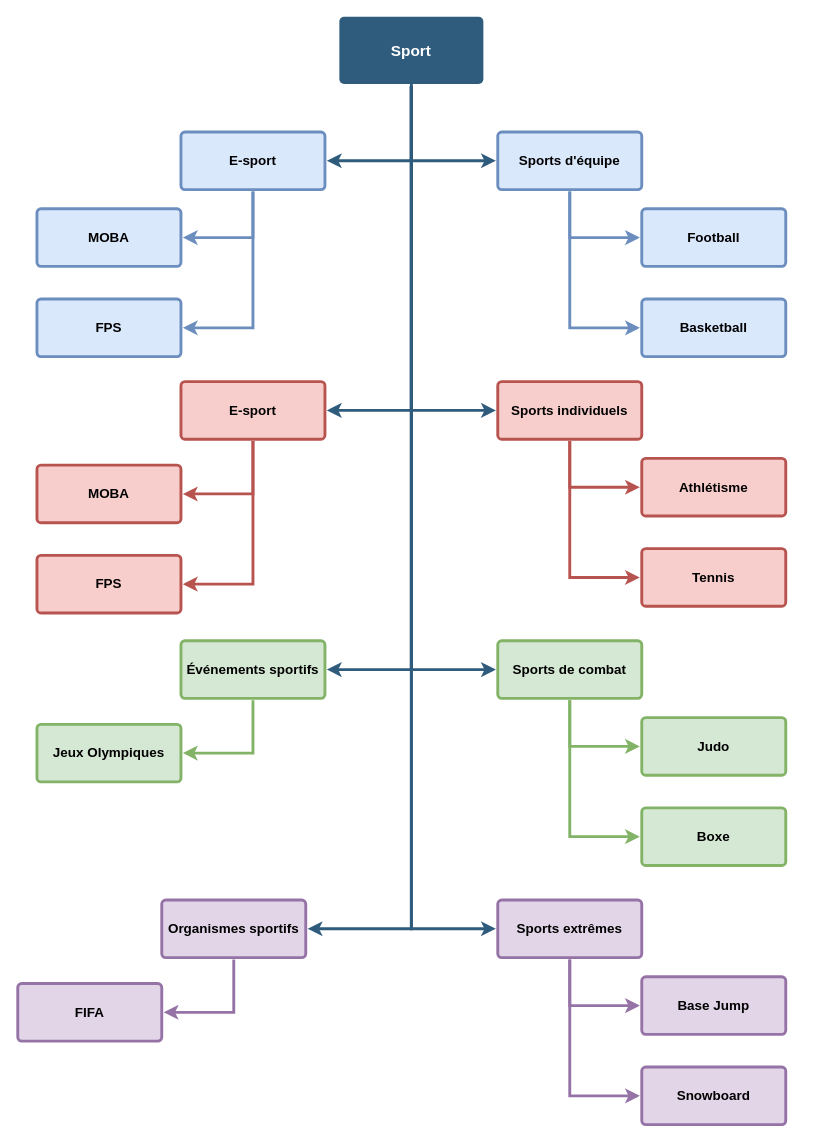
Above: Taxonomie.drawio in titiuv24/diagrammes (draw.io), before the change. Source tidied: cells renumbered, new cells numbered last; positions are measured from the earlier drawing's top-left corner, leaving out a move shared by most shapes. Both pictures are drawn from the tidied source at 96%, with x=0, y=0 at pixel (17, 16).
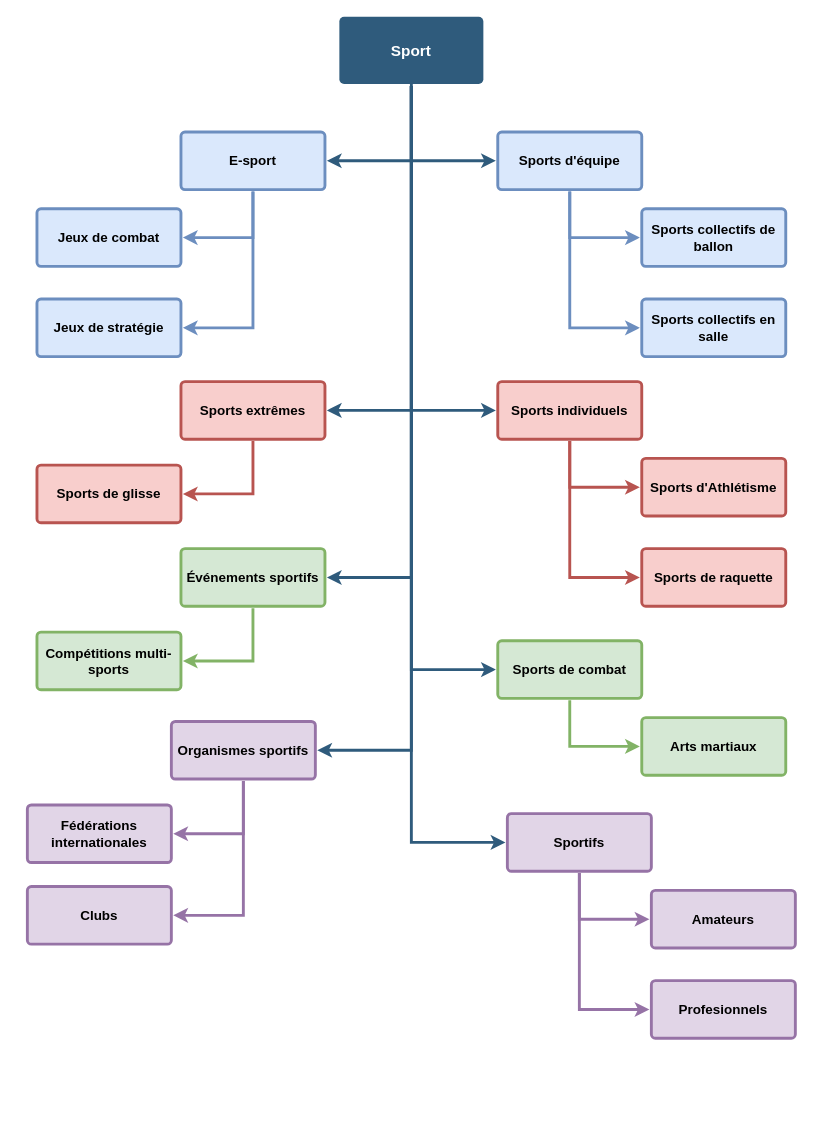
Above is the later version.

Commit message (it also covers changes not shown here):
Mettre à jour Taxonomie.drawio

Unchanged cells that the change refers to:
```xml
<mxCell id="16" value="&lt;div&gt;Sports de combat&lt;br&gt;&lt;/div&gt;" style="rounded=1;whiteSpace=wrap;html=1;shadow=0;labelBackgroundColor=none;strokeColor=#82b366;strokeWidth=3;fillColor=#d5e8d4;fontFamily=Helvetica;fontSize=14;align=center;spacing=5;fontStyle=1;arcSize=7;perimeterSpacing=2;" parent="1" vertex="1">
  <mxGeometry x="500" y="650" width="150" height="60" as="geometry" />
</mxCell>
```

The edit, as a diff of the source:
```diff
@@
-    <mxCell id="6" value="&lt;div&gt;Football&lt;/div&gt;" style="rounded=1;whiteSpace=wrap;html=1;shadow=0;labelBackgroundColor=none;strokeColor=#6c8ebf;strokeWidth=3;fillColor=#dae8fc;fontFamily=Helvetica;fontSize=14;align=center;spacing=5;fontStyle=1;arcSize=7;perimeterSpacing=2;" parent="1" vertex="1">
+    <mxCell id="6" value="Sports collectifs de ballon" style="rounded=1;whiteSpace=wrap;html=1;shadow=0;labelBackgroundColor=none;strokeColor=#6c8ebf;strokeWidth=3;fillColor=#dae8fc;fontFamily=Helvetica;fontSize=14;align=center;spacing=5;fontStyle=1;arcSize=7;perimeterSpacing=2;" parent="1" vertex="1">
       <mxGeometry x="650" y="200" width="150" height="60" as="geometry" />
     </mxCell>
-    <mxCell id="7" value="&lt;div&gt;Basketball&lt;/div&gt;" style="rounded=1;whiteSpace=wrap;html=1;shadow=0;labelBackgroundColor=none;strokeColor=#6c8ebf;strokeWidth=3;fillColor=#dae8fc;fontFamily=Helvetica;fontSize=14;align=center;spacing=5;fontStyle=1;arcSize=7;perimeterSpacing=2;" parent="1" vertex="1">
+    <mxCell id="7" value="Sports collectifs en salle" style="rounded=1;whiteSpace=wrap;html=1;shadow=0;labelBackgroundColor=none;strokeColor=#6c8ebf;strokeWidth=3;fillColor=#dae8fc;fontFamily=Helvetica;fontSize=14;align=center;spacing=5;fontStyle=1;arcSize=7;perimeterSpacing=2;" parent="1" vertex="1">
       <mxGeometry x="650" y="294" width="150" height="60" as="geometry" />
     </mxCell>
@@
-    <mxCell id="11" value="Athlétisme" style="rounded=1;whiteSpace=wrap;html=1;shadow=0;labelBackgroundColor=none;strokeColor=#b85450;strokeWidth=3;fillColor=#f8cecc;fontFamily=Helvetica;fontSize=14;align=center;spacing=5;fontStyle=1;arcSize=7;perimeterSpacing=2;" parent="1" vertex="1">
+    <mxCell id="11" value="Sports d'Athlétisme" style="rounded=1;whiteSpace=wrap;html=1;shadow=0;labelBackgroundColor=none;strokeColor=#b85450;strokeWidth=3;fillColor=#f8cecc;fontFamily=Helvetica;fontSize=14;align=center;spacing=5;fontStyle=1;arcSize=7;perimeterSpacing=2;" parent="1" vertex="1">
       <mxGeometry x="650" y="460" width="150" height="60" as="geometry" />
     </mxCell>
-    <mxCell id="12" value="Tennis" style="rounded=1;whiteSpace=wrap;html=1;shadow=0;labelBackgroundColor=none;strokeColor=#b85450;strokeWidth=3;fillColor=#f8cecc;fontFamily=Helvetica;fontSize=14;align=center;spacing=5;fontStyle=1;arcSize=7;perimeterSpacing=2;" parent="1" vertex="1">
+    <mxCell id="12" value="Sports de raquette" style="rounded=1;whiteSpace=wrap;html=1;shadow=0;labelBackgroundColor=none;strokeColor=#b85450;strokeWidth=3;fillColor=#f8cecc;fontFamily=Helvetica;fontSize=14;align=center;spacing=5;fontStyle=1;arcSize=7;perimeterSpacing=2;" parent="1" vertex="1">
       <mxGeometry x="650" y="554" width="150" height="60" as="geometry" />
     </mxCell>
@@
-    <mxCell id="17" value="Judo" style="rounded=1;whiteSpace=wrap;html=1;shadow=0;labelBackgroundColor=none;strokeColor=#82b366;strokeWidth=3;fillColor=#d5e8d4;fontFamily=Helvetica;fontSize=14;align=center;spacing=5;fontStyle=1;arcSize=7;perimeterSpacing=2;" parent="1" vertex="1">
+    <mxCell id="17" value="Arts martiaux" style="rounded=1;whiteSpace=wrap;html=1;shadow=0;labelBackgroundColor=none;strokeColor=#82b366;strokeWidth=3;fillColor=#d5e8d4;fontFamily=Helvetica;fontSize=14;align=center;spacing=5;fontStyle=1;arcSize=7;perimeterSpacing=2;" parent="1" vertex="1">
       <mxGeometry x="650" y="730" width="150" height="60" as="geometry" />
     </mxCell>
-    <mxCell id="18" value="Boxe" style="rounded=1;whiteSpace=wrap;html=1;shadow=0;labelBackgroundColor=none;strokeColor=#82b366;strokeWidth=3;fillColor=#d5e8d4;fontFamily=Helvetica;fontSize=14;align=center;spacing=5;fontStyle=1;arcSize=7;perimeterSpacing=2;" parent="1" vertex="1">
-      <mxGeometry x="650" y="824" width="150" height="60" as="geometry" />
-    </mxCell>
-    <mxCell id="19" style="edgeStyle=elbowEdgeStyle;shape=connector;rounded=0;jumpStyle=none;jettySize=auto;html=1;exitX=0.5;exitY=1;exitDx=0;exitDy=0;entryX=0;entryY=0.5;entryDx=0;entryDy=0;shadow=0;strokeColor=#82b366;strokeWidth=3;align=center;verticalAlign=middle;spacing=5;fontFamily=Helvetica;fontSize=16;fontColor=#23445D;labelBackgroundColor=none;startArrow=none;startFill=0;endArrow=classic;endFill=1;fillColor=#d5e8d4;" parent="1" edge="1" source="16" target="18">
-      <mxGeometry relative="1" as="geometry">
-        <Array as="points">
-          <mxPoint x="575" y="770" />
-        </Array>
-      </mxGeometry>
-    </mxCell>
@@
     <mxCell id="21" style="edgeStyle=elbowEdgeStyle;shape=connector;rounded=0;jumpStyle=none;jettySize=auto;html=1;exitX=0.5;exitY=1;exitDx=0;exitDy=0;entryX=0;entryY=0.5;entryDx=0;entryDy=0;shadow=0;strokeColor=#9673a6;strokeWidth=3;align=center;verticalAlign=middle;spacing=5;fontFamily=Helvetica;fontSize=16;fontColor=#23445D;labelBackgroundColor=none;startArrow=none;startFill=0;endArrow=classic;endFill=1;fillColor=#e1d5e7;" parent="1" edge="1" source="22" target="23">
       <mxGeometry relative="1" as="geometry">
         <Array as="points">
-          <mxPoint x="575" y="1030" />
+          <mxPoint x="585" y="940" />
         </Array>
       </mxGeometry>
     </mxCell>
-    <mxCell id="22" value="&lt;div&gt;Sports extrêmes&lt;br&gt;&lt;/div&gt;" style="rounded=1;whiteSpace=wrap;html=1;shadow=0;labelBackgroundColor=none;strokeColor=#9673a6;strokeWidth=3;fillColor=#e1d5e7;fontFamily=Helvetica;fontSize=14;align=center;spacing=5;fontStyle=1;arcSize=7;perimeterSpacing=2;" parent="1" vertex="1">
-      <mxGeometry x="500" y="920" width="150" height="60" as="geometry" />
+    <mxCell id="22" value="Sportifs" style="rounded=1;whiteSpace=wrap;html=1;shadow=0;labelBackgroundColor=none;strokeColor=#9673a6;strokeWidth=3;fillColor=#e1d5e7;fontFamily=Helvetica;fontSize=14;align=center;spacing=5;fontStyle=1;arcSize=7;perimeterSpacing=2;" parent="1" vertex="1">
+      <mxGeometry x="510" y="830" width="150" height="60" as="geometry" />
     </mxCell>
-    <mxCell id="23" value="Base Jump" style="rounded=1;whiteSpace=wrap;html=1;shadow=0;labelBackgroundColor=none;strokeColor=#9673a6;strokeWidth=3;fillColor=#e1d5e7;fontFamily=Helvetica;fontSize=14;align=center;spacing=5;fontStyle=1;arcSize=7;perimeterSpacing=2;" parent="1" vertex="1">
-      <mxGeometry x="650" y="1000" width="150" height="60" as="geometry" />
+    <mxCell id="23" value="Amateurs" style="rounded=1;whiteSpace=wrap;html=1;shadow=0;labelBackgroundColor=none;strokeColor=#9673a6;strokeWidth=3;fillColor=#e1d5e7;fontFamily=Helvetica;fontSize=14;align=center;spacing=5;fontStyle=1;arcSize=7;perimeterSpacing=2;" parent="1" vertex="1">
+      <mxGeometry x="660" y="910" width="150" height="60" as="geometry" />
     </mxCell>
-    <mxCell id="24" value="Snowboard" style="rounded=1;whiteSpace=wrap;html=1;shadow=0;labelBackgroundColor=none;strokeColor=#9673a6;strokeWidth=3;fillColor=#e1d5e7;fontFamily=Helvetica;fontSize=14;align=center;spacing=5;fontStyle=1;arcSize=7;perimeterSpacing=2;" parent="1" vertex="1">
-      <mxGeometry x="650" y="1094" width="150" height="60" as="geometry" />
+    <mxCell id="24" value="Profesionnels" style="rounded=1;whiteSpace=wrap;html=1;shadow=0;labelBackgroundColor=none;strokeColor=#9673a6;strokeWidth=3;fillColor=#e1d5e7;fontFamily=Helvetica;fontSize=14;align=center;spacing=5;fontStyle=1;arcSize=7;perimeterSpacing=2;" parent="1" vertex="1">
+      <mxGeometry x="660" y="1004" width="150" height="60" as="geometry" />
     </mxCell>
     <mxCell id="25" style="edgeStyle=elbowEdgeStyle;shape=connector;rounded=0;jumpStyle=none;jettySize=auto;html=1;exitX=0.5;exitY=1;exitDx=0;exitDy=0;entryX=0;entryY=0.5;entryDx=0;entryDy=0;shadow=0;strokeColor=#9673a6;strokeWidth=3;align=center;verticalAlign=middle;spacing=5;fontFamily=Helvetica;fontSize=16;fontColor=#23445D;labelBackgroundColor=none;startArrow=none;startFill=0;endArrow=classic;endFill=1;fillColor=#e1d5e7;" parent="1" edge="1" source="22" target="24">
       <mxGeometry relative="1" as="geometry">
         <Array as="points">
-          <mxPoint x="575" y="1040" />
+          <mxPoint x="585" y="950" />
         </Array>
       </mxGeometry>
     </mxCell>
@@
-    <mxCell id="29" value="MOBA" style="rounded=1;whiteSpace=wrap;html=1;shadow=0;labelBackgroundColor=none;strokeColor=#6c8ebf;strokeWidth=3;fillColor=#dae8fc;fontFamily=Helvetica;fontSize=14;align=center;spacing=5;fontStyle=1;arcSize=7;perimeterSpacing=2;" parent="1" vertex="1">
+    <mxCell id="29" value="Jeux de combat" style="rounded=1;whiteSpace=wrap;html=1;shadow=0;labelBackgroundColor=none;strokeColor=#6c8ebf;strokeWidth=3;fillColor=#dae8fc;fontFamily=Helvetica;fontSize=14;align=center;spacing=5;fontStyle=1;arcSize=7;perimeterSpacing=2;" parent="1" vertex="1">
       <mxGeometry x="20" y="200" width="150" height="60" as="geometry" />
     </mxCell>
-    <mxCell id="30" value="FPS" style="rounded=1;whiteSpace=wrap;html=1;shadow=0;labelBackgroundColor=none;strokeColor=#6c8ebf;strokeWidth=3;fillColor=#dae8fc;fontFamily=Helvetica;fontSize=14;align=center;spacing=5;fontStyle=1;arcSize=7;perimeterSpacing=2;" parent="1" vertex="1">
+    <mxCell id="30" value="Jeux de stratégie" style="rounded=1;whiteSpace=wrap;html=1;shadow=0;labelBackgroundColor=none;strokeColor=#6c8ebf;strokeWidth=3;fillColor=#dae8fc;fontFamily=Helvetica;fontSize=14;align=center;spacing=5;fontStyle=1;arcSize=7;perimeterSpacing=2;" parent="1" vertex="1">
       <mxGeometry x="20" y="294" width="150" height="60" as="geometry" />
     </mxCell>
@@
-    <mxCell id="34" value="E-sport" style="rounded=1;whiteSpace=wrap;html=1;shadow=0;labelBackgroundColor=none;strokeColor=#b85450;strokeWidth=3;fillColor=#f8cecc;fontFamily=Helvetica;fontSize=14;align=center;spacing=5;fontStyle=1;arcSize=7;perimeterSpacing=2;" parent="1" vertex="1">
+    <mxCell id="34" value="&lt;div&gt;Sports extrêmes&lt;/div&gt;" style="rounded=1;whiteSpace=wrap;html=1;shadow=0;labelBackgroundColor=none;strokeColor=#b85450;strokeWidth=3;fillColor=#f8cecc;fontFamily=Helvetica;fontSize=14;align=center;spacing=5;fontStyle=1;arcSize=7;perimeterSpacing=2;" parent="1" vertex="1">
       <mxGeometry x="170" y="380" width="150" height="60" as="geometry" />
     </mxCell>
-    <mxCell id="35" value="MOBA" style="rounded=1;whiteSpace=wrap;html=1;shadow=0;labelBackgroundColor=none;strokeColor=#b85450;strokeWidth=3;fillColor=#f8cecc;fontFamily=Helvetica;fontSize=14;align=center;spacing=5;fontStyle=1;arcSize=7;perimeterSpacing=2;" parent="1" vertex="1">
+    <mxCell id="35" value="Sports de glisse" style="rounded=1;whiteSpace=wrap;html=1;shadow=0;labelBackgroundColor=none;strokeColor=#b85450;strokeWidth=3;fillColor=#f8cecc;fontFamily=Helvetica;fontSize=14;align=center;spacing=5;fontStyle=1;arcSize=7;perimeterSpacing=2;" parent="1" vertex="1">
       <mxGeometry x="20" y="467" width="150" height="60" as="geometry" />
     </mxCell>
-    <mxCell id="36" value="FPS" style="rounded=1;whiteSpace=wrap;html=1;shadow=0;labelBackgroundColor=none;strokeColor=#b85450;strokeWidth=3;fillColor=#f8cecc;fontFamily=Helvetica;fontSize=14;align=center;spacing=5;fontStyle=1;arcSize=7;perimeterSpacing=2;" parent="1" vertex="1">
-      <mxGeometry x="20" y="561" width="150" height="60" as="geometry" />
-    </mxCell>
-    <mxCell id="37" style="edgeStyle=elbowEdgeStyle;shape=connector;rounded=0;jumpStyle=none;jettySize=auto;html=1;exitX=0.5;exitY=1;exitDx=0;exitDy=0;entryX=1;entryY=0.5;entryDx=0;entryDy=0;shadow=0;strokeColor=#b85450;strokeWidth=3;align=center;verticalAlign=middle;spacing=5;fontFamily=Helvetica;fontSize=16;fontColor=#23445D;labelBackgroundColor=none;startArrow=none;startFill=0;endArrow=classic;endFill=1;fillColor=#f8cecc;" parent="1" edge="1" source="34" target="36">
-      <mxGeometry relative="1" as="geometry">
-        <Array as="points">
-          <mxPoint x="245" y="500" />
-        </Array>
-      </mxGeometry>
-    </mxCell>
@@
     <mxCell id="39" style="edgeStyle=elbowEdgeStyle;shape=connector;rounded=0;jumpStyle=none;jettySize=auto;html=1;exitX=0.5;exitY=1;exitDx=0;exitDy=0;entryX=1;entryY=0.5;entryDx=0;entryDy=0;shadow=0;strokeColor=#82b366;strokeWidth=3;align=center;verticalAlign=middle;spacing=5;fontFamily=Helvetica;fontSize=16;fontColor=#23445D;labelBackgroundColor=none;startArrow=none;startFill=0;endArrow=classic;endFill=1;fillColor=#d5e8d4;" parent="1" edge="1" source="40" target="41">
       <mxGeometry relative="1" as="geometry">
         <Array as="points">
-          <mxPoint x="245" y="760" />
+          <mxPoint x="245" y="664" />
         </Array>
       </mxGeometry>
     </mxCell>
     <mxCell id="40" value="Événements sportifs" style="rounded=1;whiteSpace=wrap;html=1;shadow=0;labelBackgroundColor=none;strokeColor=#82b366;strokeWidth=3;fillColor=#d5e8d4;fontFamily=Helvetica;fontSize=14;align=center;spacing=5;fontStyle=1;arcSize=7;perimeterSpacing=2;" parent="1" vertex="1">
-      <mxGeometry x="170" y="650" width="150" height="60" as="geometry" />
+      <mxGeometry x="170" y="554" width="150" height="60" as="geometry" />
     </mxCell>
-    <mxCell id="41" value="Jeux Olympiques" style="rounded=1;whiteSpace=wrap;html=1;shadow=0;labelBackgroundColor=none;strokeColor=#82b366;strokeWidth=3;fillColor=#d5e8d4;fontFamily=Helvetica;fontSize=14;align=center;spacing=5;fontStyle=1;arcSize=7;perimeterSpacing=2;" parent="1" vertex="1">
-      <mxGeometry x="20" y="737" width="150" height="60" as="geometry" />
+    <mxCell id="41" value="Compétitions multi-sports" style="rounded=1;whiteSpace=wrap;html=1;shadow=0;labelBackgroundColor=none;strokeColor=#82b366;strokeWidth=3;fillColor=#d5e8d4;fontFamily=Helvetica;fontSize=14;align=center;spacing=5;fontStyle=1;arcSize=7;perimeterSpacing=2;" parent="1" vertex="1">
+      <mxGeometry x="20" y="641" width="150" height="60" as="geometry" />
     </mxCell>
     <mxCell id="42" style="edgeStyle=elbowEdgeStyle;shape=connector;rounded=0;jumpStyle=none;jettySize=auto;html=1;exitX=0.5;exitY=1;exitDx=0;exitDy=0;entryX=1;entryY=0.5;entryDx=0;entryDy=0;shadow=0;strokeColor=#9673a6;strokeWidth=3;align=center;verticalAlign=middle;spacing=5;fontFamily=Helvetica;fontSize=16;fontColor=#23445D;labelBackgroundColor=none;startArrow=none;startFill=0;endArrow=classic;endFill=1;fillColor=#e1d5e7;" parent="1" edge="1" source="43" target="44">
       <mxGeometry relative="1" as="geometry">
         <Array as="points">
-          <mxPoint x="225" y="1030" />
+          <mxPoint x="235" y="844" />
         </Array>
       </mxGeometry>
     </mxCell>
     <mxCell id="43" value="Organismes sportifs" style="rounded=1;whiteSpace=wrap;html=1;shadow=0;labelBackgroundColor=none;strokeColor=#9673a6;strokeWidth=3;fillColor=#e1d5e7;fontFamily=Helvetica;fontSize=14;align=center;spacing=5;fontStyle=1;arcSize=7;perimeterSpacing=2;" parent="1" vertex="1">
-      <mxGeometry x="150" y="920" width="150" height="60" as="geometry" />
+      <mxGeometry x="160" y="734" width="150" height="60" as="geometry" />
     </mxCell>
-    <mxCell id="44" value="FIFA" style="rounded=1;whiteSpace=wrap;html=1;shadow=0;labelBackgroundColor=none;strokeColor=#9673a6;strokeWidth=3;fillColor=#e1d5e7;fontFamily=Helvetica;fontSize=14;align=center;spacing=5;fontStyle=1;arcSize=7;perimeterSpacing=2;" parent="1" vertex="1">
-      <mxGeometry y="1007" width="150" height="60" as="geometry" />
+    <mxCell id="44" value="Fédérations internationales" style="rounded=1;whiteSpace=wrap;html=1;shadow=0;labelBackgroundColor=none;strokeColor=#9673a6;strokeWidth=3;fillColor=#e1d5e7;fontFamily=Helvetica;fontSize=14;align=center;spacing=5;fontStyle=1;arcSize=7;perimeterSpacing=2;" parent="1" vertex="1">
+      <mxGeometry x="10" y="821" width="150" height="60" as="geometry" />
     </mxCell>
@@
+    <mxCell id="47" style="edgeStyle=elbowEdgeStyle;shape=connector;rounded=0;jumpStyle=none;jettySize=auto;html=1;exitX=0.5;exitY=1;exitDx=0;exitDy=0;entryX=1;entryY=0.5;entryDx=0;entryDy=0;shadow=0;strokeColor=#9673a6;strokeWidth=3;align=center;verticalAlign=middle;spacing=5;fontFamily=Helvetica;fontSize=16;fontColor=#23445D;labelBackgroundColor=none;startArrow=none;startFill=0;endArrow=classic;endFill=1;fillColor=#e1d5e7;" parent="1" edge="1" source="43" target="48">
+      <mxGeometry relative="1" as="geometry">
+        <Array as="points">
+          <mxPoint x="235" y="929" />
+        </Array>
+      </mxGeometry>
+    </mxCell>
+    <mxCell id="48" value="Clubs" style="rounded=1;whiteSpace=wrap;html=1;shadow=0;labelBackgroundColor=none;strokeColor=#9673a6;strokeWidth=3;fillColor=#e1d5e7;fontFamily=Helvetica;fontSize=14;align=center;spacing=5;fontStyle=1;arcSize=7;perimeterSpacing=2;" parent="1" vertex="1">
+      <mxGeometry x="10" y="906" width="150" height="60" as="geometry" />
+    </mxCell>
```
